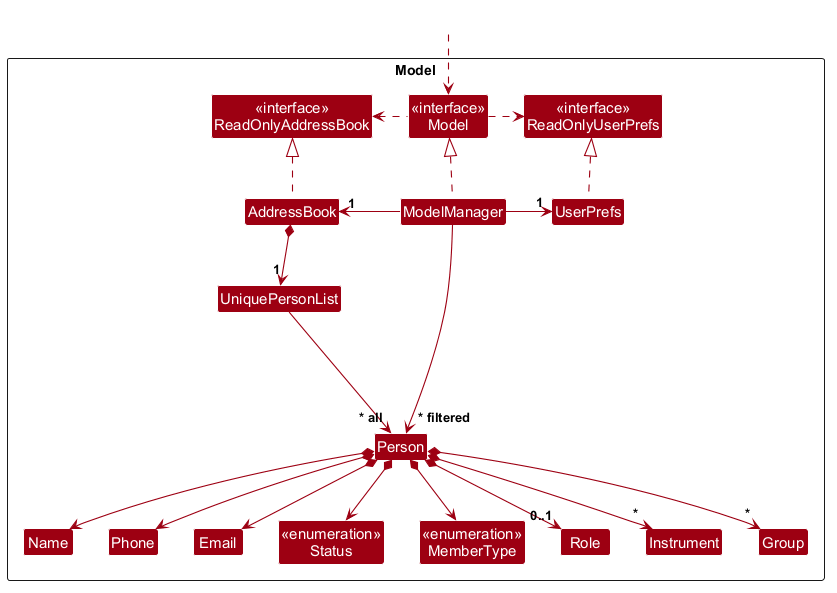
The PlantUML diagram docs/images/ModelClassDiagram.png in liownahum/tp, before a commit. Source of this version:
```plantuml
@startuml
!include style.puml
skinparam arrowThickness 1.1
skinparam arrowColor MODEL_COLOR
skinparam classBackgroundColor MODEL_COLOR

Package Model as ModelPackage <<Rectangle>>{
Class "<<interface>>\nReadOnlyAddressBook" as ReadOnlyAddressBook
Class "<<interface>>\nReadOnlyUserPrefs" as ReadOnlyUserPrefs
Class "<<interface>>\nModel" as Model
Class AddressBook
Class ModelManager
Class UserPrefs

Class UniquePersonList
Class Person
Class Email
Class Name
Class Phone
Class "<<enumeration>>\nStatus" as Status
Class "<<enumeration>>\nMemberType" as MemberType
Class Role
Class Instrument
Class Group

Class I #FFFFFF
}

Class HiddenOutside #FFFFFF
HiddenOutside ..> Model

AddressBook .up.|> ReadOnlyAddressBook

ModelManager .up.|> Model
Model .right.> ReadOnlyUserPrefs
Model .left.> ReadOnlyAddressBook
ModelManager -left-> "1" AddressBook
ModelManager -right-> "1" UserPrefs
UserPrefs .up.|> ReadOnlyUserPrefs

AddressBook *--> "1" UniquePersonList
UniquePersonList --> "~* all" Person
Person *--> Name
Person *--> Phone
Person *--> Email
Person *--> Status
Person *--> MemberType
Person *--> "0..1" Role
Person *--> "*" Instrument
Person *--> "*" Group

Person -[hidden]up--> I
UniquePersonList -[hidden]right-> I

Name -[hidden]right-> Phone
Phone -[hidden]right-> Email
Email -[hidden]right-> Status
Status -[hidden]right-> MemberType
MemberType -[hidden]right-> Role
Role -[hidden]right-> Instrument
Instrument -[hidden]right-> Group

ModelManager --> "~* filtered" Person
@enduml
```
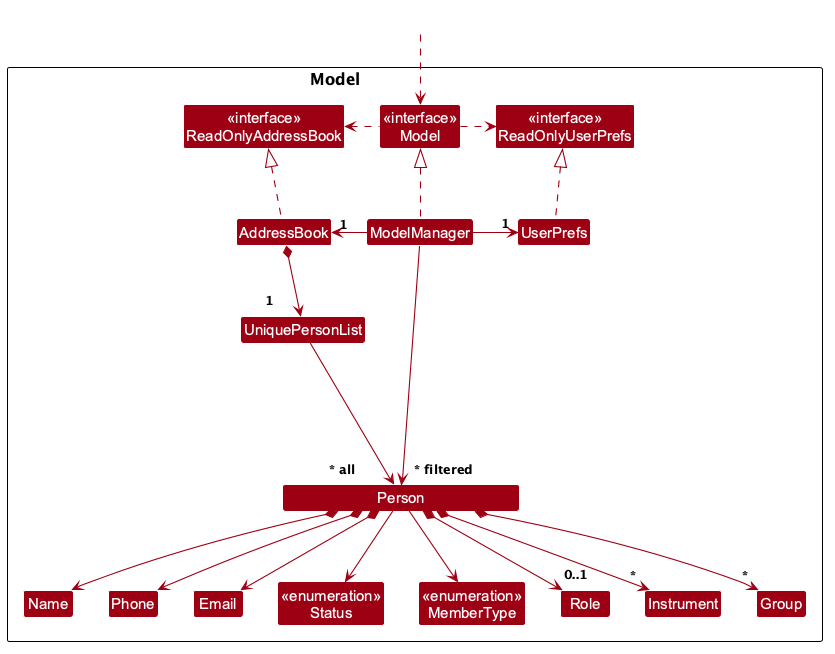
The same file after the commit.

The edit, as a diff of the source:
```diff
@@ -3,8 +3,10 @@
 skinparam arrowThickness 1.1
 skinparam arrowColor MODEL_COLOR
 skinparam classBackgroundColor MODEL_COLOR
+skinparam nodesep 35
+skinparam ranksep 70
 
-Package Model as ModelPackage <<Rectangle>>{
+Package "Model<U+00A0><U+00A0><U+00A0><U+00A0><U+00A0><U+00A0><U+00A0><U+00A0><U+00A0><U+00A0><U+00A0><U+00A0><U+00A0><U+00A0><U+00A0><U+00A0><U+00A0><U+00A0><U+00A0><U+00A0><U+00A0><U+00A0><U+00A0><U+00A0><U+00A0><U+00A0><U+00A0><U+00A0><U+00A0><U+00A0>" as ModelPackage {
 Class "<<interface>>\nReadOnlyAddressBook" as ReadOnlyAddressBook
 Class "<<interface>>\nReadOnlyUserPrefs" as ReadOnlyUserPrefs
 Class "<<interface>>\nModel" as Model
@@ -13,7 +15,7 @@
 Class UserPrefs
 
 Class UniquePersonList
-Class Person
+Class "                      Person                      " as Person
 Class Email
 Class Name
 Class Phone
@@ -38,14 +40,14 @@
 ModelManager -right-> "1" UserPrefs
 UserPrefs .up.|> ReadOnlyUserPrefs
 
-AddressBook *--> "1" UniquePersonList
-UniquePersonList --> "~* all" Person
+AddressBook *--> "1<U+00A0><U+00A0><U+00A0><U+00A0><U+00A0>" UniquePersonList
+UniquePersonList --> "~* all<U+00A0><U+00A0><U+00A0><U+00A0><U+00A0><U+00A0>" Person
 Person *--> Name
 Person *--> Phone
 Person *--> Email
-Person *--> Status
-Person *--> MemberType
-Person *--> "0..1" Role
+Person --> Status
+Person --> MemberType
+Person *--> "0..1<U+00A0><U+00A0><U+00A0><U+00A0><U+00A0><U+00A0><U+00A0><U+00A0>" Role
 Person *--> "*" Instrument
 Person *--> "*" Group
 
```
